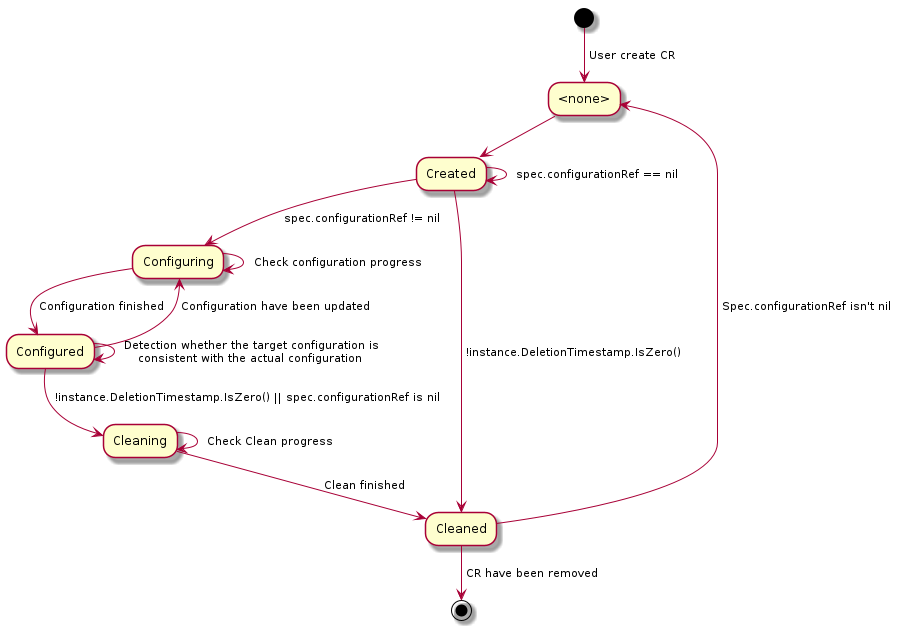
Hellcatlk/network-operator keeps this PlantUML diagram as docs/state.png. Above is the earlier version.
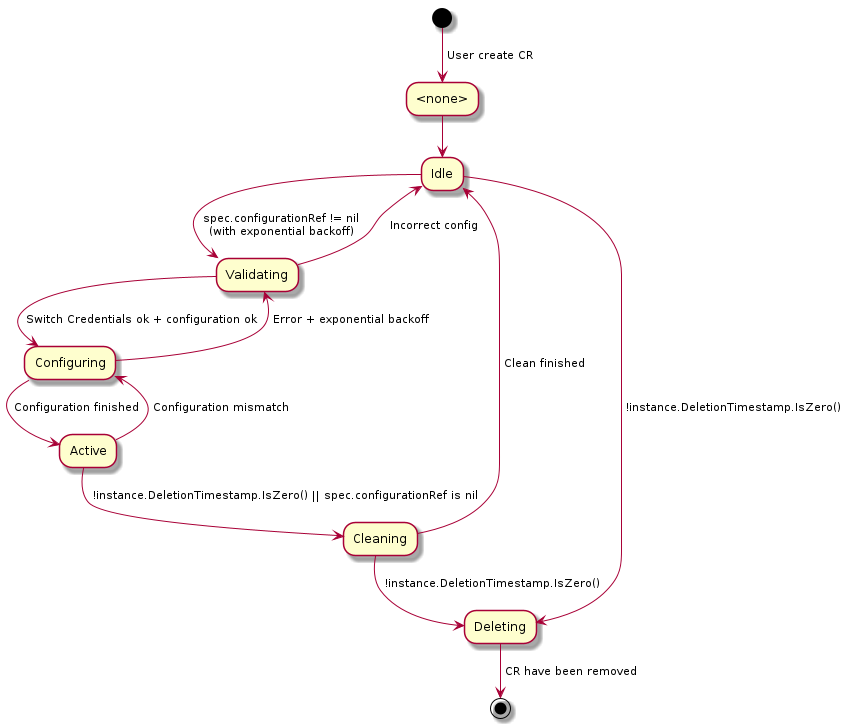
After the change.

Change to the diagram source:
```diff
@@ -2,23 +2,23 @@
 
 (*) --> [ User create CR ] "<none>"
 
-"<none>" --> "Created"
+"<none>" --> "Idle"
 
-"Created" --> [ spec.configurationRef != nil ] "Configuring"
-"Created" --> [ !instance.DeletionTimestamp.IsZero() ] "Cleaned"
-"Created" --> [ spec.configurationRef == nil ] "Created"
+"Idle" --> [ spec.configurationRef != nil\n (with exponential backoff)] "Validating"
+"Idle" --> [ !instance.DeletionTimestamp.IsZero() ] "Deleting"
 
-"Configuring" --> [ Check configuration progress ] "Configuring"
-"Configuring" --> [ Configuration finished ] "Configured"
+"Validating" --> [ Switch Credentials ok + configuration ok ] "Configuring"
+"Validating" --> [ Incorrect config ] "Idle"
 
-"Configured" --> [ Configuration have been updated ] "Configuring"
-"Configured" --> [ Detection whether the target configuration is\n consistent with the actual configuration ] "Configured"
-"Configured" --> [ !instance.DeletionTimestamp.IsZero() || spec.configurationRef is nil ] "Cleaning"
+"Configuring" --> [ Configuration finished ] "Active"
+"Configuring" --> [ Error + exponential backoff ] "Validating"
 
-"Cleaning" --> [ Check Clean progress ] "Cleaning"
-"Cleaning" --> [ Clean finished ] "Cleaned"
+"Active" --> [ Configuration mismatch ] "Configuring"
+"Active" --> [ !instance.DeletionTimestamp.IsZero() || spec.configurationRef is nil ] "Cleaning"
 
-"Cleaned" --> [ Spec.configurationRef isn't nil ] "<none>"
-"Cleaned" --> [ CR have been removed ] (*)
+"Cleaning" --> [ Clean finished ] "Idle"
+"Cleaning" --> [ !instance.DeletionTimestamp.IsZero() ] "Deleting"
+
+"Deleting" --> [ CR have been removed ] (*)
 
 @enduml
```
